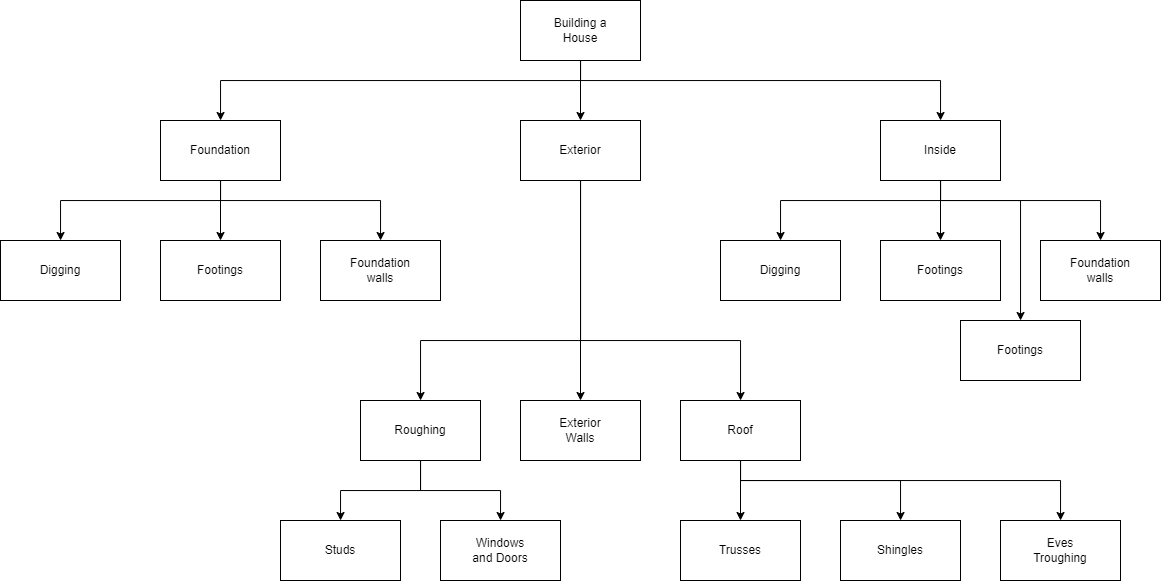
Earlier version of the draw.io export docs/problem-solving/images/building_a_house.png (Mr-Coxall/Computer-Based-Problem-Solving). Source tidied: cells renumbered, new cells last; positions are measured from the earlier drawing's top-left corner, leaving out a move shared by most shapes.
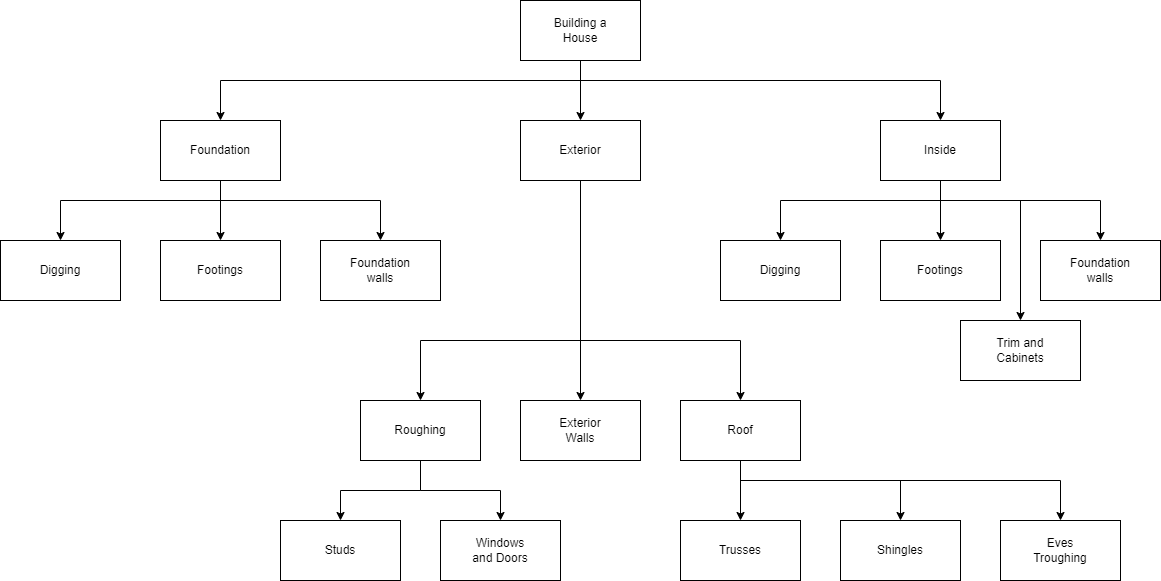
Later version of the same file.

The edit, as a diff of the source:
```diff
@@ -165,7 +165,7 @@
     <mxCell id="37" value="Windows&lt;br&gt;and Doors" style="rounded=0;whiteSpace=wrap;html=1;" parent="1" vertex="1">
       <mxGeometry x="440" y="520" width="120" height="60" as="geometry" />
     </mxCell>
-    <mxCell id="38" value="Footings" style="rounded=0;whiteSpace=wrap;html=1;" parent="1" vertex="1">
+    <mxCell id="38" value="Trim and&lt;br&gt;Cabinets" style="rounded=0;whiteSpace=wrap;html=1;" parent="1" vertex="1">
       <mxGeometry x="960" y="320" width="120" height="60" as="geometry" />
     </mxCell>
   </root>
```
